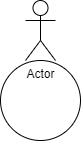
Jace-295/WebDev-S2-SkyRunners keeps this draw.io diagram as Plans/Wire Frames/WelcomePage.drawio.png. Above is the earlier version. Source tidied: cells renumbered, new cells last; positions are measured from the earlier drawing's top-left corner, leaving out a move shared by most shapes. The source it was exported from:
```xml
<mxGraphModel>
  <root>
    <mxCell id="0" />
    <mxCell id="1" parent="0" />
    <mxCell id="2" style="ellipse;whiteSpace=wrap;html=1;" parent="1" vertex="1">
      <mxGeometry y="60" width="80" height="80" as="geometry" />
    </mxCell>
    <mxCell id="3" value="Actor" style="shape=umlActor;verticalLabelPosition=bottom;verticalAlign=top;html=1;" parent="1" vertex="1">
      <mxGeometry x="25" width="30" height="60" as="geometry" />
    </mxCell>
  </root>
</mxGraphModel>
```
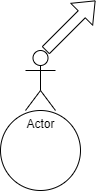
The same file after the commit.

Commit message:
Sky Runners / Update Welcome Page

What changed in the source:
```diff
@@ -8,5 +8,11 @@
     <mxCell id="3" value="Actor" style="shape=umlActor;verticalLabelPosition=bottom;verticalAlign=top;html=1;" parent="1" vertex="1">
       <mxGeometry x="25" width="30" height="60" as="geometry" />
     </mxCell>
+    <mxCell id="4" style="shape=flexArrow;endArrow=classic;html=1;rounded=0;" parent="1" edge="1">
+      <mxGeometry relative="1" as="geometry">
+        <mxPoint x="45" as="sourcePoint" />
+        <mxPoint x="95" y="-50" as="targetPoint" />
+      </mxGeometry>
+    </mxCell>
   </root>
 </mxGraphModel>
```
